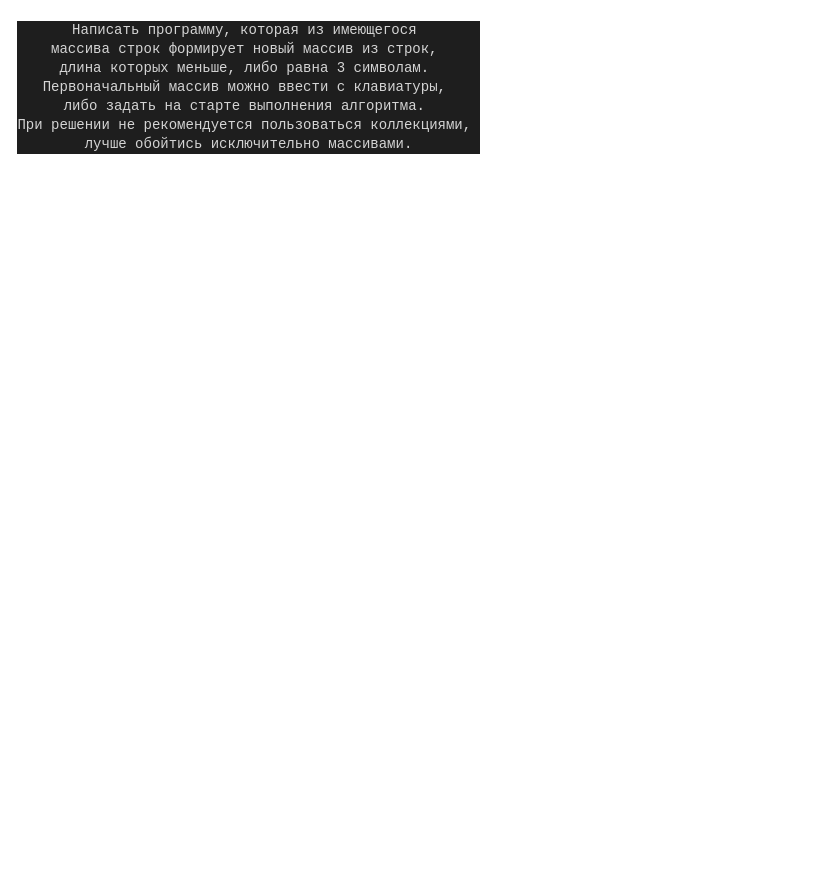
Earlier version of the draw.io diagram diagram.drawio (AndrewIvanov1103/FinalWorkPart1). Source tidied: cells renumbered, new cells numbered last; positions are measured from the earlier drawing's top-left corner, leaving out a move shared by most shapes. Both pictures are drawn from the tidied source at 100%, with x=0, y=0 at pixel (28, 17).
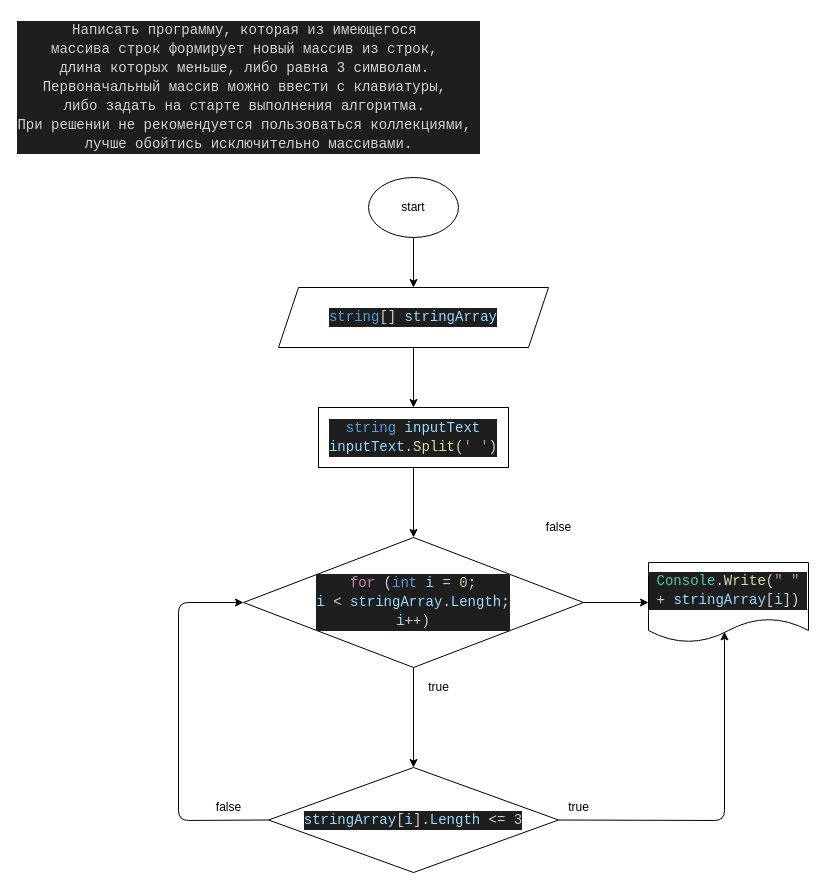
Above is the later version.

Change to the diagram source:
```diff
@@
+    <mxCell id="3" style="edgeStyle=none;html=1;" parent="1" edge="1" source="4" target="6">
+      <mxGeometry relative="1" as="geometry" />
+    </mxCell>
+    <mxCell id="4" value="start" style="ellipse;whiteSpace=wrap;html=1;" parent="1" vertex="1">
+      <mxGeometry x="340" y="160" width="90" height="60" as="geometry" />
+    </mxCell>
+    <mxCell id="5" style="edgeStyle=none;html=1;" parent="1" edge="1" source="6" target="8">
+      <mxGeometry relative="1" as="geometry" />
+    </mxCell>
+    <mxCell id="6" value="&lt;div style=&quot;color: rgb(212 , 212 , 212) ; background-color: rgb(30 , 30 , 30) ; font-family: &amp;#34;consolas&amp;#34; , &amp;#34;courier new&amp;#34; , monospace ; font-size: 14px ; line-height: 19px&quot;&gt;&lt;div style=&quot;font-family: &amp;#34;consolas&amp;#34; , &amp;#34;courier new&amp;#34; , monospace ; line-height: 19px&quot;&gt;&lt;span style=&quot;color: rgb(86 , 156 , 214)&quot;&gt;string&lt;/span&gt;[]&amp;nbsp;&lt;span style=&quot;color: rgb(156 , 220 , 254)&quot;&gt;stringArray&lt;/span&gt;&lt;br&gt;&lt;/div&gt;&lt;/div&gt;" style="shape=parallelogram;perimeter=parallelogramPerimeter;whiteSpace=wrap;html=1;fixedSize=1;" parent="1" vertex="1">
+      <mxGeometry x="250" y="270" width="270" height="60" as="geometry" />
+    </mxCell>
+    <mxCell id="7" style="edgeStyle=none;html=1;" parent="1" edge="1" source="8" target="11">
+      <mxGeometry relative="1" as="geometry" />
+    </mxCell>
+    <mxCell id="8" value="&lt;div style=&quot;color: rgb(212 , 212 , 212) ; background-color: rgb(30 , 30 , 30) ; font-family: &amp;#34;consolas&amp;#34; , &amp;#34;courier new&amp;#34; , monospace ; font-size: 14px ; line-height: 19px&quot;&gt;&lt;span style=&quot;color: rgb(86 , 156 , 214)&quot;&gt;string&lt;/span&gt;&amp;nbsp;&lt;span style=&quot;color: rgb(156 , 220 , 254)&quot;&gt;inputText&lt;/span&gt;&lt;/div&gt;&lt;div style=&quot;color: rgb(212 , 212 , 212) ; background-color: rgb(30 , 30 , 30) ; font-family: &amp;#34;consolas&amp;#34; , &amp;#34;courier new&amp;#34; , monospace ; font-size: 14px ; line-height: 19px&quot;&gt;&lt;div style=&quot;font-family: &amp;#34;consolas&amp;#34; , &amp;#34;courier new&amp;#34; , monospace ; line-height: 19px&quot;&gt;&lt;div style=&quot;font-family: &amp;#34;consolas&amp;#34; , &amp;#34;courier new&amp;#34; , monospace ; line-height: 19px&quot;&gt;&lt;span style=&quot;color: #9cdcfe&quot;&gt;inputText&lt;/span&gt;.&lt;span style=&quot;color: #dcdcaa&quot;&gt;Split&lt;/span&gt;(&lt;span style=&quot;color: #ce9178&quot;&gt;' '&lt;/span&gt;)&lt;/div&gt;&lt;/div&gt;&lt;/div&gt;" style="whiteSpace=wrap;html=1;" parent="1" vertex="1">
+      <mxGeometry x="290" y="390" width="190" height="60" as="geometry" />
+    </mxCell>
+    <mxCell id="9" style="edgeStyle=none;html=1;" parent="1" edge="1" source="11" target="14">
+      <mxGeometry relative="1" as="geometry" />
+    </mxCell>
+    <mxCell id="10" style="edgeStyle=none;html=1;" parent="1" edge="1" source="11" target="16">
+      <mxGeometry relative="1" as="geometry" />
+    </mxCell>
+    <mxCell id="11" value="&lt;div style=&quot;color: rgb(212 , 212 , 212) ; background-color: rgb(30 , 30 , 30) ; font-family: &amp;#34;consolas&amp;#34; , &amp;#34;courier new&amp;#34; , monospace ; font-size: 14px ; line-height: 19px&quot;&gt;&lt;div style=&quot;font-family: &amp;#34;consolas&amp;#34; , &amp;#34;courier new&amp;#34; , monospace ; line-height: 19px&quot;&gt;&lt;span style=&quot;color: #c586c0&quot;&gt;for&lt;/span&gt; (&lt;span style=&quot;color: #569cd6&quot;&gt;int&lt;/span&gt; &lt;span style=&quot;color: #9cdcfe&quot;&gt;i&lt;/span&gt; = &lt;span style=&quot;color: #b5cea8&quot;&gt;0&lt;/span&gt;;&lt;/div&gt;&lt;div style=&quot;font-family: &amp;#34;consolas&amp;#34; , &amp;#34;courier new&amp;#34; , monospace ; line-height: 19px&quot;&gt;&lt;span style=&quot;color: #9cdcfe&quot;&gt;i&lt;/span&gt; &amp;lt; &lt;span style=&quot;color: #9cdcfe&quot;&gt;stringArray&lt;/span&gt;.&lt;span style=&quot;color: #9cdcfe&quot;&gt;Length&lt;/span&gt;;&lt;/div&gt;&lt;div style=&quot;font-family: &amp;#34;consolas&amp;#34; , &amp;#34;courier new&amp;#34; , monospace ; line-height: 19px&quot;&gt;&lt;span style=&quot;color: #9cdcfe&quot;&gt;i&lt;/span&gt;++)&lt;/div&gt;&lt;/div&gt;" style="rhombus;whiteSpace=wrap;html=1;" parent="1" vertex="1">
+      <mxGeometry x="215" y="520" width="340" height="130" as="geometry" />
+    </mxCell>
+    <mxCell id="12" style="edgeStyle=none;html=1;entryX=0.475;entryY=0.867;entryDx=0;entryDy=0;entryPerimeter=0;exitX=1;exitY=0.5;exitDx=0;exitDy=0;" parent="1" edge="1" source="14" target="16">
+      <mxGeometry relative="1" as="geometry">
+        <Array as="points">
+          <mxPoint x="696" y="803" />
+        </Array>
+      </mxGeometry>
+    </mxCell>
+    <mxCell id="13" style="edgeStyle=none;html=1;entryX=0;entryY=0.5;entryDx=0;entryDy=0;exitX=0;exitY=0.5;exitDx=0;exitDy=0;" parent="1" edge="1" source="14" target="11">
+      <mxGeometry relative="1" as="geometry">
+        <Array as="points">
+          <mxPoint x="150" y="803" />
+          <mxPoint x="150" y="585" />
+        </Array>
+      </mxGeometry>
+    </mxCell>
+    <mxCell id="14" value="&lt;div style=&quot;color: rgb(212 , 212 , 212) ; background-color: rgb(30 , 30 , 30) ; font-family: &amp;#34;consolas&amp;#34; , &amp;#34;courier new&amp;#34; , monospace ; font-size: 14px ; line-height: 19px&quot;&gt;&lt;span style=&quot;color: #9cdcfe&quot;&gt;stringArray&lt;/span&gt;[&lt;span style=&quot;color: #9cdcfe&quot;&gt;i&lt;/span&gt;].&lt;span style=&quot;color: #9cdcfe&quot;&gt;Length&lt;/span&gt; &amp;lt;= &lt;span style=&quot;color: #b5cea8&quot;&gt;3&lt;/span&gt;&lt;/div&gt;" style="rhombus;whiteSpace=wrap;html=1;" parent="1" vertex="1">
+      <mxGeometry x="240" y="750" width="290" height="105" as="geometry" />
+    </mxCell>
+    <mxCell id="15" value="true" style="text;html=1;align=center;verticalAlign=middle;strokeColor=none;fillColor=none;" parent="1" vertex="1">
+      <mxGeometry x="390" y="660" width="40" height="20" as="geometry" />
+    </mxCell>
+    <mxCell id="16" value="&lt;div style=&quot;color: rgb(212 , 212 , 212) ; background-color: rgb(30 , 30 , 30) ; font-family: &amp;#34;consolas&amp;#34; , &amp;#34;courier new&amp;#34; , monospace ; font-size: 14px ; line-height: 19px&quot;&gt;&lt;span style=&quot;color: #4ec9b0&quot;&gt;Console&lt;/span&gt;.&lt;span style=&quot;color: #dcdcaa&quot;&gt;Write&lt;/span&gt;(&lt;span style=&quot;color: #ce9178&quot;&gt;&quot; &quot;&lt;/span&gt; + &lt;span style=&quot;color: #9cdcfe&quot;&gt;stringArray&lt;/span&gt;[&lt;span style=&quot;color: #9cdcfe&quot;&gt;i&lt;/span&gt;])&lt;/div&gt;" style="shape=document;whiteSpace=wrap;html=1;boundedLbl=1;" parent="1" vertex="1">
+      <mxGeometry x="620" y="545" width="160" height="80" as="geometry" />
+    </mxCell>
+    <mxCell id="17" value="false" style="text;html=1;align=center;verticalAlign=middle;strokeColor=none;fillColor=none;" parent="1" vertex="1">
+      <mxGeometry x="510" y="500" width="40" height="20" as="geometry" />
+    </mxCell>
+    <mxCell id="18" value="true" style="text;html=1;align=center;verticalAlign=middle;strokeColor=none;fillColor=none;" parent="1" vertex="1">
+      <mxGeometry x="530" y="780" width="40" height="20" as="geometry" />
+    </mxCell>
+    <mxCell id="19" value="false" style="text;html=1;align=center;verticalAlign=middle;strokeColor=none;fillColor=none;" parent="1" vertex="1">
+      <mxGeometry x="180" y="780" width="40" height="20" as="geometry" />
+    </mxCell>
```
